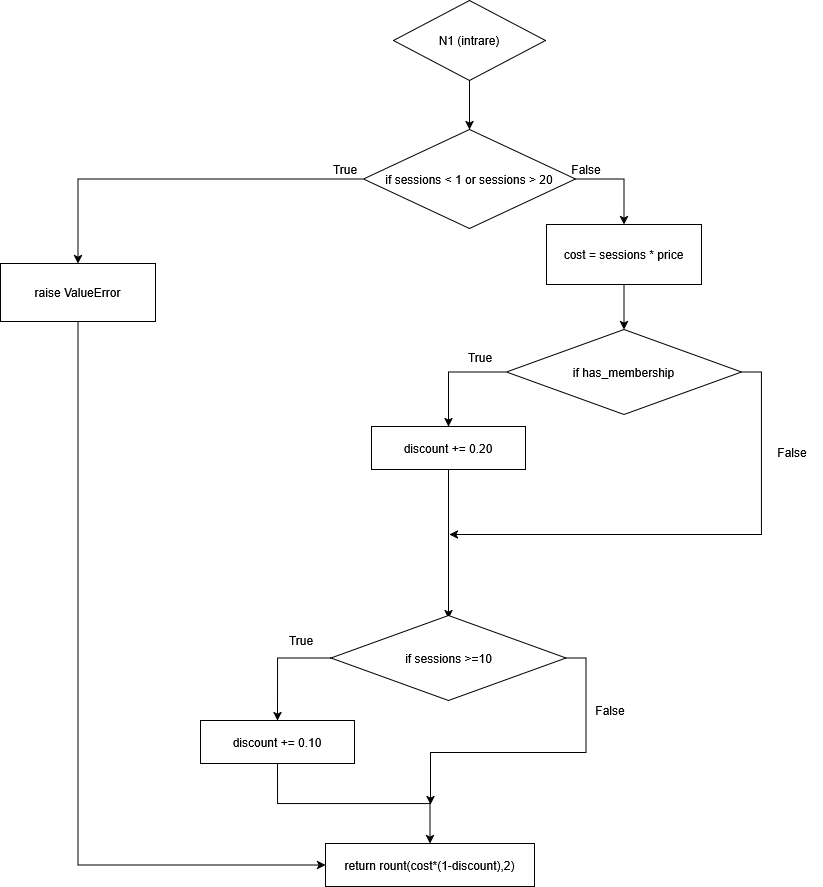
denisamihaila/TSS_Proiect keeps this draw.io diagram as calculate_cost_cfg.drawio.png. Above is the earlier version. Source tidied: cells renumbered, new cells last; positions are measured from the earlier drawing's top-left corner, leaving out a move shared by most shapes.
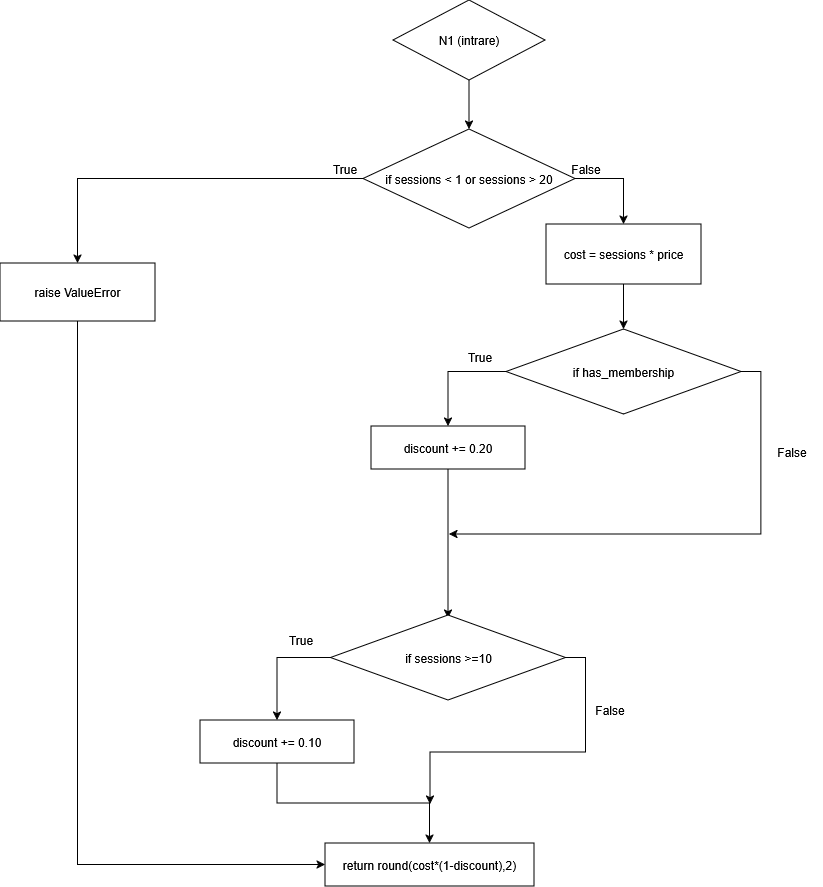
The same diagram one commit later.

Commit message:
CFG corect, din nou...

What changed in the source:
```diff
@@ -81,7 +81,7 @@
     <mxCell id="24" value="discount += 0.10" style="rounded=0;whiteSpace=wrap;html=1;" parent="1" vertex="1">
       <mxGeometry x="200" y="720" width="154" height="43" as="geometry" />
     </mxCell>
-    <mxCell id="25" value="return rount(cost*(1-discount),2)" style="rounded=0;whiteSpace=wrap;html=1;" parent="1" vertex="1">
+    <mxCell id="25" value="return round(cost*(1-discount),2)" style="rounded=0;whiteSpace=wrap;html=1;" parent="1" vertex="1">
       <mxGeometry x="325" y="843" width="209" height="43" as="geometry" />
     </mxCell>
     <mxCell id="26" value="True" style="text;html=1;whiteSpace=wrap;strokeColor=none;fillColor=none;align=center;verticalAlign=middle;rounded=0;" parent="1" vertex="1">
```
